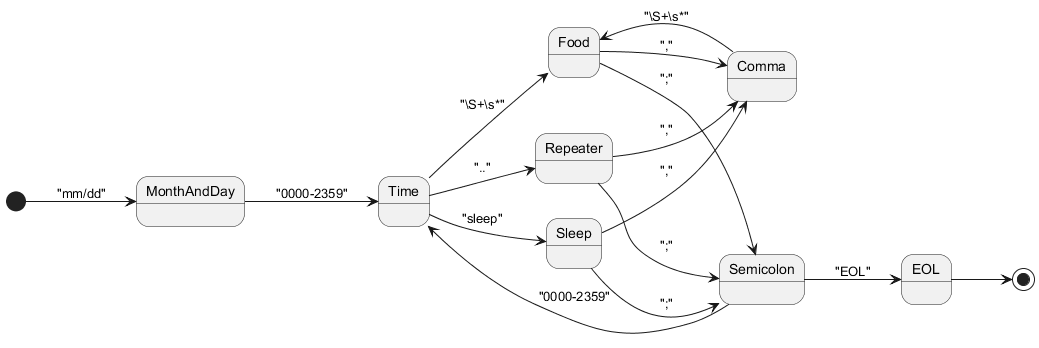
This is Documentation/diagram_001.png from asison19/food-interpreter, a PlantUML export, as it was before one commit.
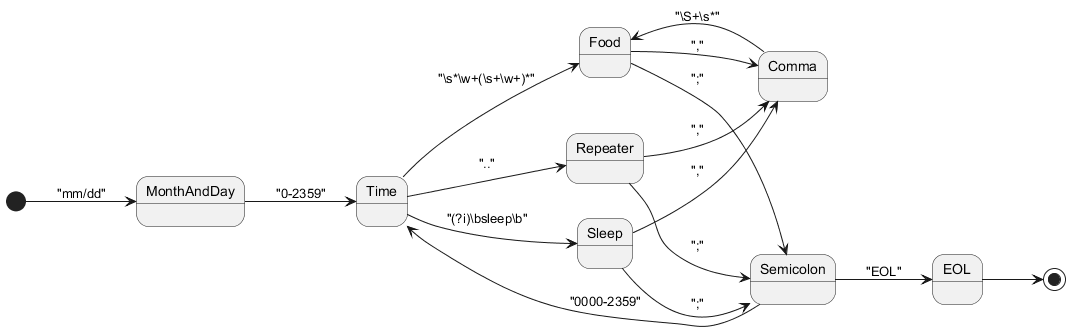
After the change.

Commit message:
doc(language): add ebnf, fix diagram regexs

What changed in the source:
```diff
@@ -4,11 +4,11 @@
 
 [*] --> MonthAndDay : "mm/dd"
 
-MonthAndDay --> Time : "0000-2359"
+MonthAndDay --> Time : "0-2359"
 
-Time --> Food : "\S+\s*"
+Time --> Food : "\s*\w+(\s+\w+)*"
 Time --> Repeater : ".."
-Time --> Sleep : "sleep"
+Time --> Sleep : "(?i)\bsleep\b"
 
 Food --> Comma : ","
 Food --> Semicolon : ";"
```
